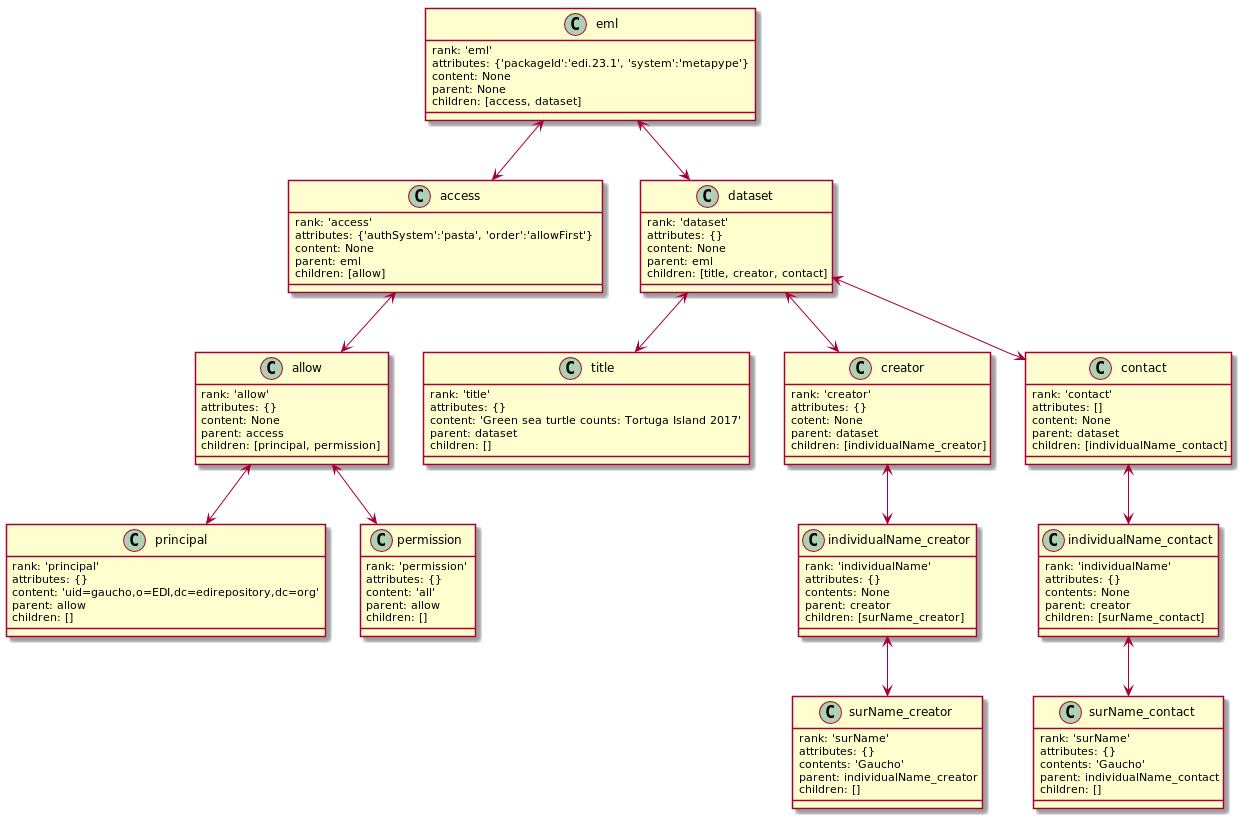
PASTAplus/metapype-eml keeps this PlantUML diagram as docs/eml_model.png. Above is the earlier version.
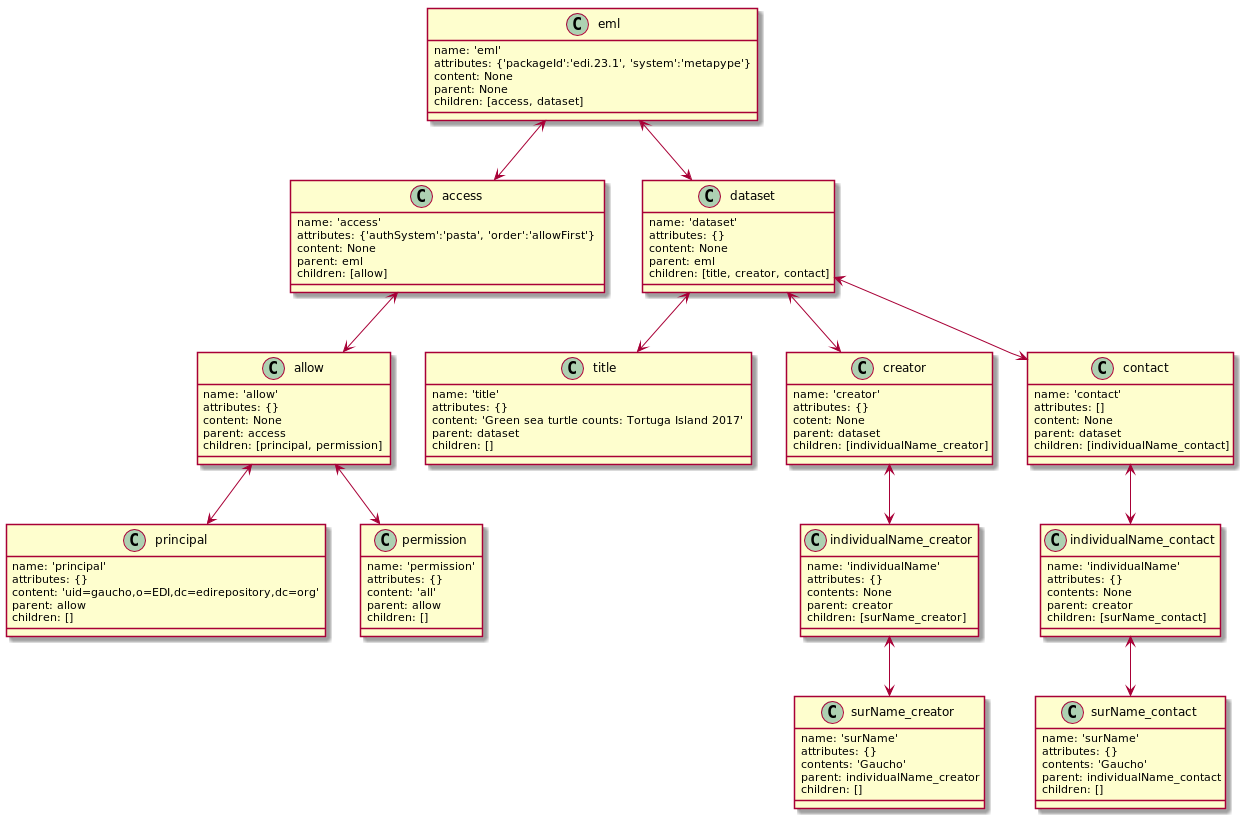
Above is the later version.

Commit message:
Rename node attribute rank to name to be consistent with XML convention

What changed in the source:
```diff
@@ -1,7 +1,7 @@
 @startuml
 
 class eml {
-    rank: 'eml'
+    name: 'eml'
     attributes: {'packageId':'edi.23.1', 'system':'metapype'}
     content: None
     parent: None
@@ -9,7 +9,7 @@
 }
 
 class access {
-    rank: 'access'
+    name: 'access'
     attributes: {'authSystem':'pasta', 'order':'allowFirst'}
     content: None
     parent: eml
@@ -17,7 +17,7 @@
 }
 
 class allow {
-    rank: 'allow'
+    name: 'allow'
     attributes: {}
     content: None
     parent: access
@@ -25,7 +25,7 @@
 }
 
 class principal {
-    rank: 'principal'
+    name: 'principal'
     attributes: {}
     content: 'uid=gaucho,o=EDI,dc=edirepository,dc=org'
     parent: allow
@@ -33,7 +33,7 @@
 }
 
 class permission {
-    rank: 'permission'
+    name: 'permission'
     attributes: {}
     content: 'all'
     parent: allow
@@ -41,7 +41,7 @@
 }
 
 class dataset {
-    rank: 'dataset'
+    name: 'dataset'
     attributes: {}
     content: None
     parent: eml
@@ -49,7 +49,7 @@
 }
 
 class title {
-    rank: 'title'
+    name: 'title'
     attributes: {}
     content: 'Green sea turtle counts: Tortuga Island 2017'
     parent: dataset
@@ -57,7 +57,7 @@
 }
 
 class creator {
-    rank: 'creator'
+    name: 'creator'
     attributes: {}
     cotent: None
     parent: dataset
@@ -65,7 +65,7 @@
 }
 
 class contact {
-    rank: 'contact'
+    name: 'contact'
     attributes: []
     content: None
     parent: dataset
@@ -73,7 +73,7 @@
 }
 
 class individualName_contact {
-    rank: 'individualName'
+    name: 'individualName'
     attributes: {}
     contents: None
     parent: creator
@@ -81,7 +81,7 @@
 }
 
 class surName_contact {
-    rank: 'surName'
+    name: 'surName'
     attributes: {}
     contents: 'Gaucho'
     parent: individualName_contact
@@ -89,7 +89,7 @@
 }
 
 class individualName_creator {
-    rank: 'individualName'
+    name: 'individualName'
     attributes: {}
     contents: None
     parent: creator
@@ -97,7 +97,7 @@
 }
 
 class surName_creator {
-    rank: 'surName'
+    name: 'surName'
     attributes: {}
     contents: 'Gaucho'
     parent: individualName_creator
```
